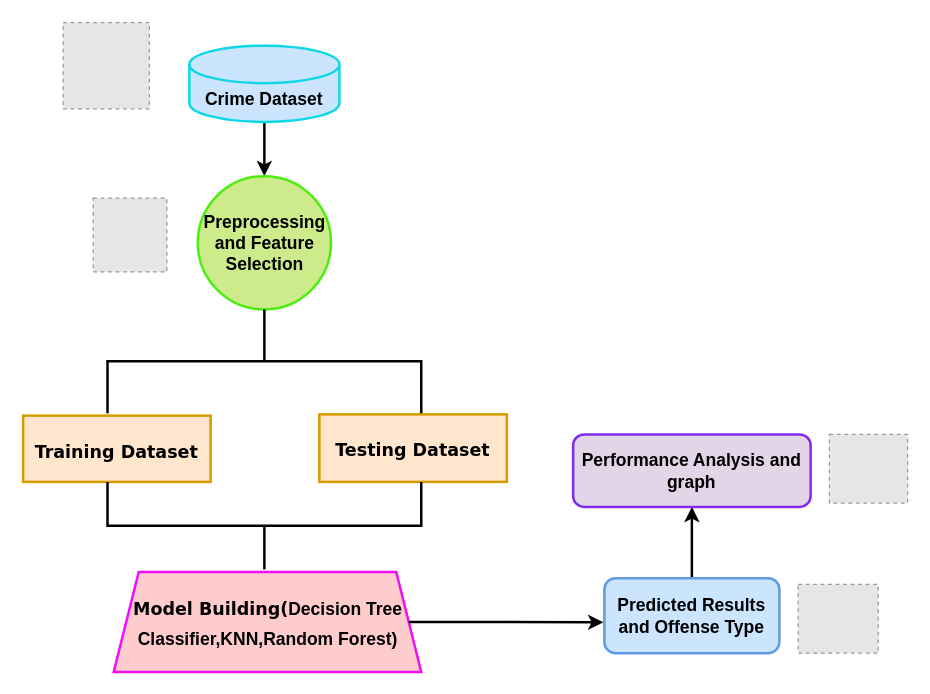
Before: Untitled Diagram.drawio in ChanumoluGayathri/System_Design, a draw.io diagram. Source tidied: cells renumbered, new cells numbered last; positions are measured from the earlier drawing's top-left corner, leaving out a move shared by most shapes. Both pictures are drawn from the tidied source at 125%, with x=0, y=0 at pixel (22, 21). Pictures stored in the file or linked from it are replaced by grey dashed boxes.
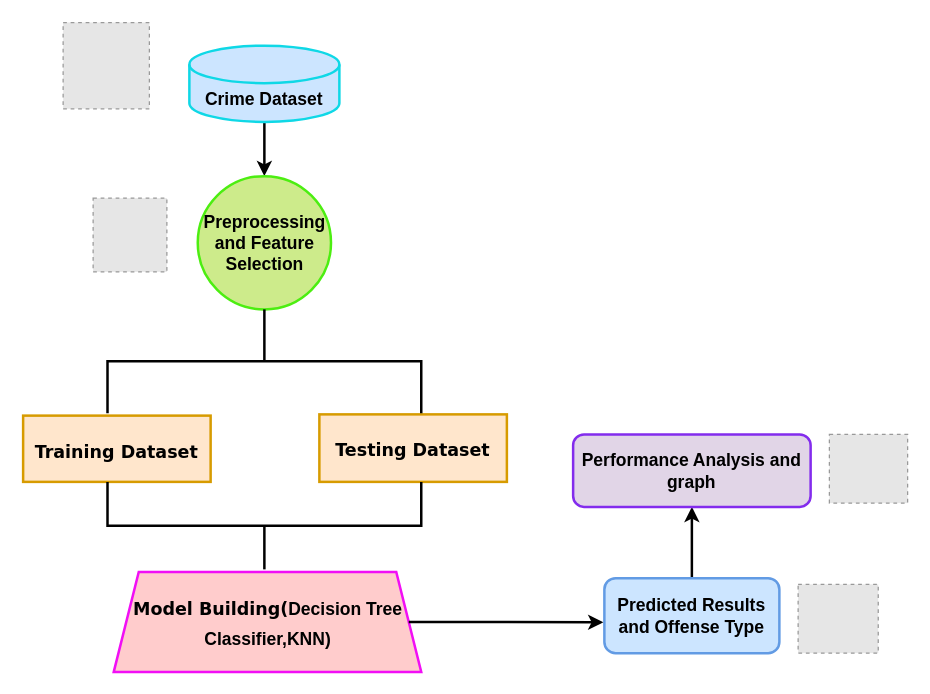
Above is the later version.

What changed in the source:
```diff
@@
 <mxGraphModel>
   <root>
     <mxCell id="0" />
     <mxCell id="1" parent="0" />
     <mxCell id="2" style="edgeStyle=orthogonalEdgeStyle;rounded=0;jettySize=auto;html=1;strokeWidth=2;" parent="1" edge="1" source="3" target="4">
       <mxGeometry relative="1" as="geometry" />
     </mxCell>
     <mxCell id="3" value="&lt;span style=&quot;font-size: 14px;&quot;&gt;&lt;b&gt;Crime Dataset&lt;/b&gt;&lt;/span&gt;" style="shape=cylinder3;whiteSpace=wrap;html=1;boundedLbl=1;backgroundOutline=1;size=15;fillColor=#cce5ff;strokeColor=#0fd8e6;strokeWidth=2;" parent="1" vertex="1">
       <mxGeometry x="133" y="19" width="120" height="61" as="geometry" />
     </mxCell>
     <mxCell id="4" value="&lt;b style=&quot;font-size: 14px;&quot;&gt;&lt;font style=&quot;font-size: 14px;&quot;&gt;Preprocessing and Feature S&lt;/font&gt;election&lt;/b&gt;" style="ellipse;whiteSpace=wrap;html=1;fillColor=#cdeb8b;strokeColor=#4cee11;strokeWidth=2;" parent="1" vertex="1">
       <mxGeometry x="139.7" y="123.4" width="106.6" height="106.6" as="geometry" />
     </mxCell>
     <mxCell id="5" style="edgeStyle=orthogonalEdgeStyle;rounded=0;jettySize=auto;html=1;strokeWidth=2;" parent="1" edge="1" source="6" target="7">
       <mxGeometry relative="1" as="geometry" />
     </mxCell>
     <mxCell id="6" value="&lt;b&gt;&lt;font style=&quot;font-size: 14px;&quot;&gt;Predicted Results and Offense Type&lt;/font&gt;&lt;/b&gt;" style="rounded=1;whiteSpace=wrap;html=1;fillColor=#cce5ff;strokeColor=#629be4;strokeWidth=2;" parent="1" vertex="1">
       <mxGeometry x="465" y="445" width="140" height="60" as="geometry" />
     </mxCell>
     <mxCell id="7" value="&lt;b&gt;&lt;font style=&quot;font-size: 14px;&quot;&gt;Performance Analysis and graph&lt;/font&gt;&lt;/b&gt;" style="rounded=1;whiteSpace=wrap;html=1;fillColor=#e1d5e7;strokeColor=#832ced;strokeWidth=2;" parent="1" vertex="1">
       <mxGeometry x="440" y="330" width="190" height="58" as="geometry" />
     </mxCell>
     <mxCell id="8" value="&lt;font size=&quot;1&quot; face=&quot;Verdana&quot;&gt;&lt;b style=&quot;font-size: 14px;&quot;&gt;Training Dataset&lt;/b&gt;&lt;/font&gt;" style="whiteSpace=wrap;html=1;hachureGap=4;fontFamily=Architects Daughter;fontSize=20;fillColor=#ffe6cc;strokeColor=#d79b00;strokeWidth=2;" parent="1" vertex="1">
       <mxGeometry y="315" width="150" height="53" as="geometry" />
     </mxCell>
     <mxCell id="9" value="&lt;font size=&quot;1&quot; face=&quot;Verdana&quot;&gt;&lt;b style=&quot;font-size: 14px;&quot;&gt;Testing Dataset&lt;/b&gt;&lt;/font&gt;" style="rounded=0;whiteSpace=wrap;html=1;hachureGap=4;fontFamily=Architects Daughter;fontSize=20;fillColor=#ffe6cc;strokeColor=#d79b00;strokeWidth=2;" parent="1" vertex="1">
       <mxGeometry x="237" y="314" width="150" height="54" as="geometry" />
     </mxCell>
-    <mxCell id="10" value="&lt;font style=&quot;font-size: 14px;&quot;&gt;&lt;b&gt;&lt;font style=&quot;font-size: 14px;&quot; face=&quot;Verdana&quot;&gt;Model Building(&lt;/font&gt;&lt;span style=&quot;border-color: var(--border-color); font-family: Helvetica;&quot;&gt;&lt;font style=&quot;border-color: var(--border-color); font-size: 14px;&quot;&gt;Decision Tree Classifier,KNN,Random Forest)&lt;/font&gt;&lt;/span&gt;&lt;/b&gt;&lt;/font&gt;" style="shape=trapezoid;perimeter=trapezoidPerimeter;whiteSpace=wrap;html=1;fixedSize=1;fontSize=20;fontFamily=Architects Daughter;hachureGap=4;fillColor=#ffcccc;strokeColor=#f10ff5;strokeWidth=2;" parent="1" vertex="1">
+    <mxCell id="10" value="&lt;font style=&quot;font-size: 14px;&quot;&gt;&lt;b&gt;&lt;font style=&quot;font-size: 14px;&quot; face=&quot;Verdana&quot;&gt;Model Building(&lt;/font&gt;&lt;span style=&quot;border-color: var(--border-color); font-family: Helvetica;&quot;&gt;&lt;font style=&quot;border-color: var(--border-color); font-size: 14px;&quot;&gt;Decision Tree Classifier,KNN)&lt;/font&gt;&lt;/span&gt;&lt;/b&gt;&lt;/font&gt;" style="shape=trapezoid;perimeter=trapezoidPerimeter;whiteSpace=wrap;html=1;fixedSize=1;fontSize=20;fontFamily=Architects Daughter;hachureGap=4;fillColor=#ffcccc;strokeColor=#f10ff5;strokeWidth=2;" parent="1" vertex="1">
       <mxGeometry x="72.5" y="440" width="246" height="80" as="geometry" />
     </mxCell>
     <mxCell id="11" style="fillColor=#E6E6E6;strokeColor=#999999;dashed=1;verticalLabelPosition=bottom;labelBackgroundColor=default;verticalAlign=top;" parent="1" vertex="1">
       <mxGeometry x="56" y="141" width="59" height="59" as="geometry" />
     </mxCell>
     <mxCell id="12" style="fillColor=#E6E6E6;strokeColor=#999999;dashed=1;verticalLabelPosition=bottom;labelBackgroundColor=default;verticalAlign=top;" parent="1" vertex="1">
       <mxGeometry x="32" y="0.5" width="69" height="69" as="geometry" />
     </mxCell>
     <mxCell id="13" style="fillColor=#E6E6E6;strokeColor=#999999;dashed=1;verticalLabelPosition=bottom;labelBackgroundColor=default;verticalAlign=top;" parent="1" vertex="1">
       <mxGeometry x="645" y="330" width="62.6" height="55" as="geometry" />
     </mxCell>
     <mxCell id="14" style="fillColor=#E6E6E6;strokeColor=#999999;dashed=1;verticalLabelPosition=bottom;labelBackgroundColor=default;verticalAlign=top;" parent="1" vertex="1">
       <mxGeometry x="620" y="450" width="64.1" height="55" as="geometry" />
     </mxCell>
     <mxCell id="15" style="strokeWidth=2;html=1;shape=mxgraph.flowchart.annotation_2;align=left;labelPosition=right;hachureGap=4;fontFamily=Architects Daughter;fontSize=20;perimeterSpacing=4;direction=south;" parent="1" vertex="1">
       <mxGeometry x="67.5" y="230" width="251" height="83" as="geometry" />
     </mxCell>
     <mxCell id="16" style="strokeWidth=2;html=1;shape=mxgraph.flowchart.annotation_2;align=left;labelPosition=right;hachureGap=4;fontFamily=Architects Daughter;fontSize=20;perimeterSpacing=4;direction=north;" parent="1" vertex="1">
       <mxGeometry x="67.5" y="368" width="251" height="70" as="geometry" />
     </mxCell>
     <mxCell id="17" style="endArrow=classic;html=1;rounded=0;hachureGap=4;fontFamily=Architects Daughter;fontSize=16;exitX=1;exitY=0.5;exitDx=0;exitDy=0;entryX=-0.006;entryY=0.589;entryDx=0;entryDy=0;entryPerimeter=0;strokeWidth=2;" parent="1" edge="1" source="10" target="6">
       <mxGeometry relative="1" as="geometry" />
     </mxCell>
   </root>
 </mxGraphModel>
```
